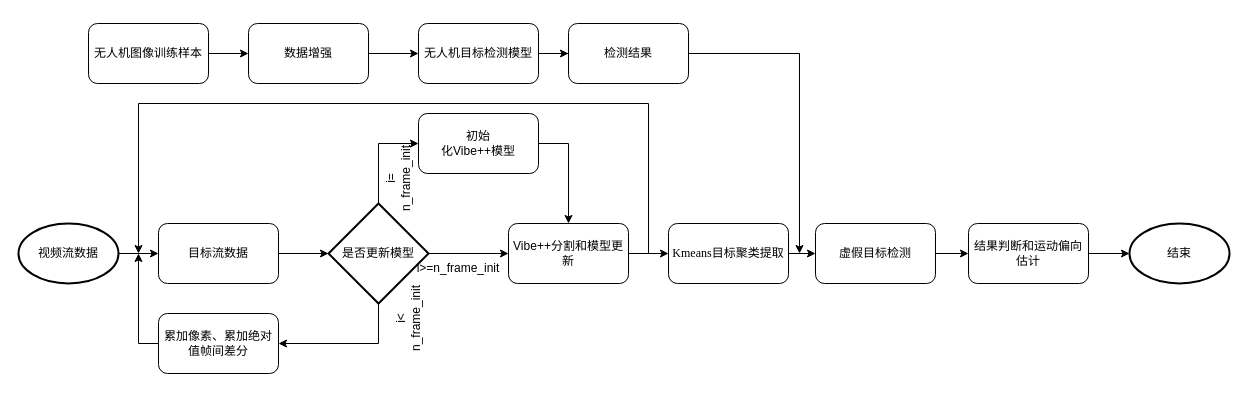
This is 基于Vibe背景建模的目标检测算法.drawio from paleblackless/diagrams, a draw.io file, before an edit. Source tidied: cells renumbered, new cells numbered last; positions are measured from the earlier drawing's top-left corner, leaving out a move shared by most shapes. Both pictures are drawn from the tidied source at 100%, with x=0, y=0 at pixel (18, 23).
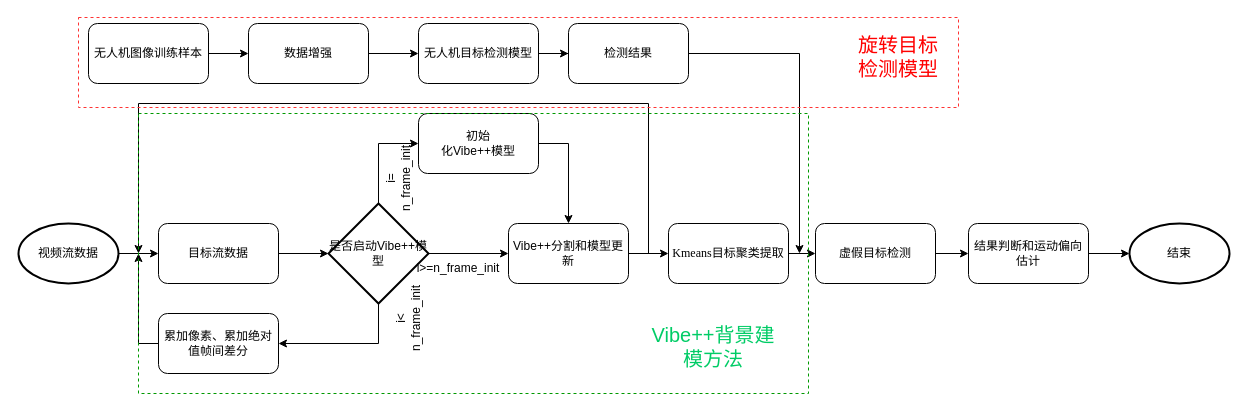
After the change.

Commit message (it also covers changes not shown here):
Update 基于Vibe背景建模的目标检测算法.drawio

Diff of the diagram source:
```diff
@@
-    <mxCell id="15" value="是否更新模型" style="strokeWidth=2;html=1;shape=mxgraph.flowchart.decision;whiteSpace=wrap;" parent="1" vertex="1">
+    <mxCell id="15" value="是否启动Vibe++模型" style="strokeWidth=2;html=1;shape=mxgraph.flowchart.decision;whiteSpace=wrap;" parent="1" vertex="1">
       <mxGeometry x="310" y="180" width="100" height="100" as="geometry" />
     </mxCell>
@@
+    <mxCell id="35" style="rounded=0;whiteSpace=wrap;html=1;dashed=1;fillColor=none;strokeColor=#FF3333;" parent="1" vertex="1">
+      <mxGeometry x="60" y="-6" width="880" height="90" as="geometry" />
+    </mxCell>
+    <mxCell id="36" value="&lt;font style=&quot;font-size: 20px;&quot; color=&quot;#ff0000&quot;&gt;旋转目标检测模型&lt;/font&gt;" style="text;html=1;strokeColor=none;fillColor=none;align=center;verticalAlign=middle;whiteSpace=wrap;rounded=0;dashed=1;" parent="1" vertex="1">
+      <mxGeometry x="830" y="15" width="100" height="35" as="geometry" />
+    </mxCell>
+    <mxCell id="37" style="rounded=0;whiteSpace=wrap;html=1;dashed=1;fillColor=none;strokeColor=#009900;" parent="1" vertex="1">
+      <mxGeometry x="120" y="90" width="670" height="280" as="geometry" />
+    </mxCell>
+    <mxCell id="38" value="&lt;font style=&quot;font-size: 20px;&quot; color=&quot;#00cc66&quot;&gt;Vibe++背景建模方法&lt;/font&gt;" style="text;html=1;strokeColor=none;fillColor=none;align=center;verticalAlign=middle;whiteSpace=wrap;rounded=0;dashed=1;fontColor=#FF0000;strokeWidth=5;" parent="1" vertex="1">
+      <mxGeometry x="630" y="305" width="130" height="35" as="geometry" />
+    </mxCell>
```
